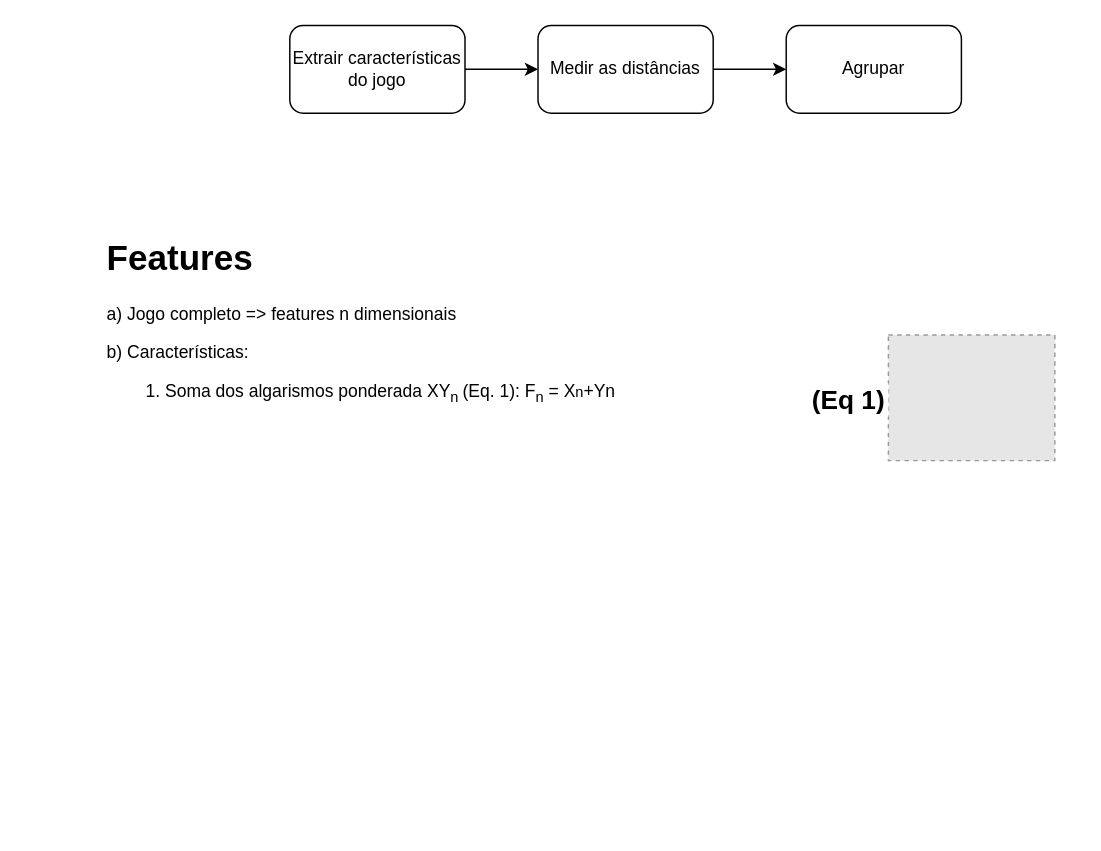
The draw.io diagram Megasena.drawio in nobertomaciel/megasena, before the edit. Source tidied: cells renumbered, new cells numbered last; positions are measured from the earlier drawing's top-left corner, leaving out a move shared by most shapes. Both pictures are drawn from the tidied source at 146%, with x=0, y=0 at pixel (99, 25). Pictures stored in the file or linked from it are replaced by grey dashed boxes.
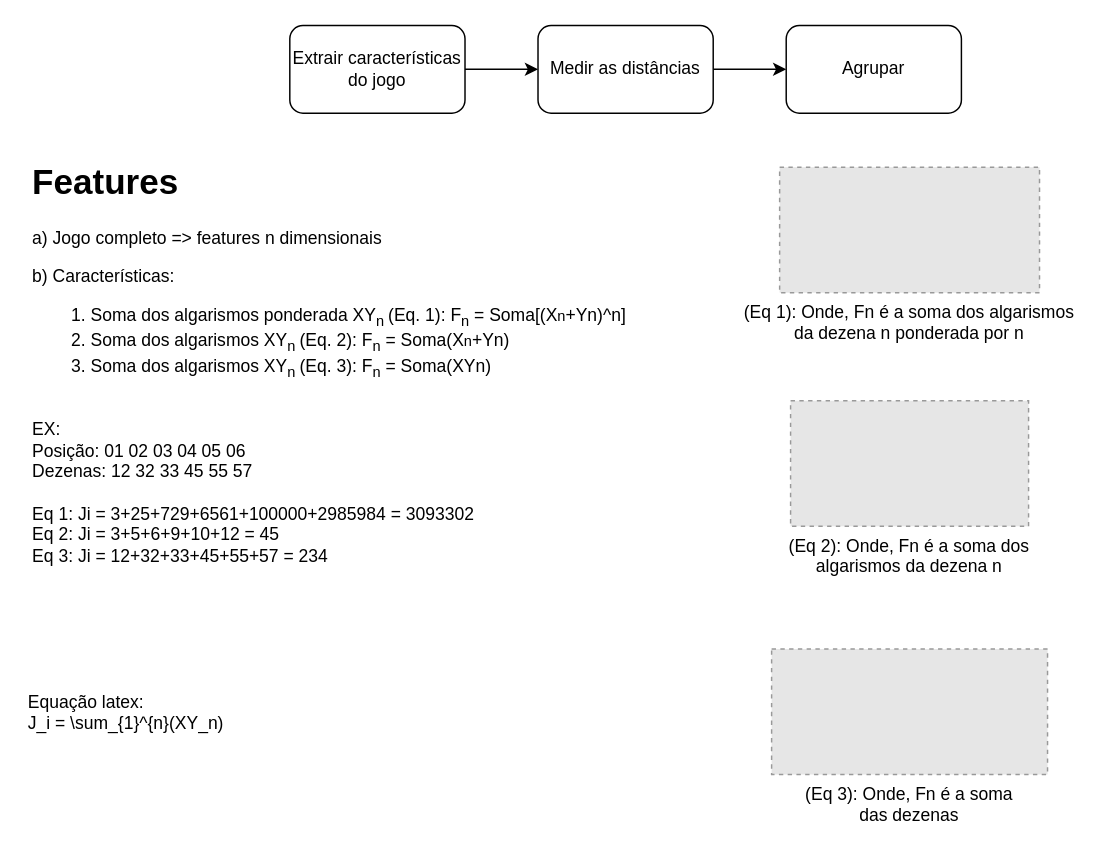
After the change.

What changed in the source:
```diff
@@
 <mxGraphModel>
   <root>
     <mxCell id="0" />
     <mxCell id="1" parent="0" />
     <mxCell id="2" style="edgeStyle=orthogonalEdgeStyle;rounded=0;jettySize=auto;html=1;entryX=0;entryY=0.5;entryDx=0;entryDy=0;" parent="1" edge="1" source="3" target="5">
       <mxGeometry relative="1" as="geometry" />
     </mxCell>
     <mxCell id="3" value="Extrair características do jogo" style="rounded=1;whiteSpace=wrap;html=1;" parent="1" vertex="1">
       <mxGeometry x="130" width="120" height="60" as="geometry" />
     </mxCell>
     <mxCell id="4" style="edgeStyle=orthogonalEdgeStyle;rounded=0;jettySize=auto;html=1;entryX=0;entryY=0.5;entryDx=0;entryDy=0;" parent="1" edge="1" source="5" target="6">
       <mxGeometry relative="1" as="geometry" />
     </mxCell>
     <mxCell id="5" value="Medir as distâncias" style="rounded=1;whiteSpace=wrap;html=1;" parent="1" vertex="1">
       <mxGeometry x="300" width="120" height="60" as="geometry" />
     </mxCell>
     <mxCell id="6" value="Agrupar" style="rounded=1;whiteSpace=wrap;html=1;" parent="1" vertex="1">
       <mxGeometry x="470" width="120" height="60" as="geometry" />
     </mxCell>
-    <mxCell id="7" value="&lt;h1&gt;Features&lt;/h1&gt;&lt;p&gt;a) Jogo completo =&amp;gt; features n dimensionais&lt;/p&gt;&lt;p&gt;b) Características:&lt;/p&gt;&lt;p&gt;&lt;/p&gt;&lt;ol&gt;&lt;li&gt;Soma dos algarismos ponderada XY&lt;sub&gt;n&amp;nbsp;&lt;/sub&gt;(Eq. 1): F&lt;sub&gt;n&lt;/sub&gt; = X&lt;span style=&quot;font-size: 10px;&quot;&gt;n&lt;/span&gt;+Yn&lt;/li&gt;&lt;/ol&gt;&lt;p&gt;&lt;/p&gt;" style="text;html=1;strokeColor=none;fillColor=none;spacing=5;spacingTop=-20;whiteSpace=wrap;overflow=hidden;rounded=0;" parent="1" vertex="1">
-      <mxGeometry y="140" width="410" height="230" as="geometry" />
+    <mxCell id="7" value="&lt;h1&gt;Features&lt;/h1&gt;&lt;p&gt;a) Jogo completo =&amp;gt; features n dimensionais&lt;/p&gt;&lt;p&gt;b) Características:&lt;/p&gt;&lt;p&gt;&lt;/p&gt;&lt;ol&gt;&lt;li&gt;Soma dos algarismos ponderada XY&lt;sub&gt;n&amp;nbsp;&lt;/sub&gt;(Eq. 1): F&lt;sub&gt;n&lt;/sub&gt; = Soma[(X&lt;span style=&quot;font-size: 10px;&quot;&gt;n&lt;/span&gt;+Yn)^n]&lt;/li&gt;&lt;li&gt;Soma dos algarismos XY&lt;sub&gt;n&amp;nbsp;&lt;/sub&gt;(Eq. 2): F&lt;sub&gt;n&lt;/sub&gt;&amp;nbsp;= Soma(X&lt;span style=&quot;font-size: 10px;&quot;&gt;n&lt;/span&gt;+Yn)&lt;/li&gt;&lt;li&gt;Soma dos algarismos XY&lt;sub&gt;n&amp;nbsp;&lt;/sub&gt;(Eq. 3): F&lt;sub&gt;n&lt;/sub&gt;&amp;nbsp;= Soma(XYn)&lt;/li&gt;&lt;/ol&gt;&lt;div&gt;&lt;br&gt;&lt;/div&gt;&lt;div&gt;EX:&lt;/div&gt;&lt;div&gt;&lt;div&gt;Posição: 01 02 03 04 05 06&lt;/div&gt;&lt;div&gt;Dezenas: 12 32 33 45 55 57&lt;/div&gt;&lt;div&gt;&lt;br&gt;&lt;/div&gt;&lt;div&gt;Eq 1: Ji = 3+25+729+6561+100000+2985984 = 3093302&lt;/div&gt;&lt;div&gt;Eq 2: Ji = 3+5+6+9+10+12&lt;span style=&quot;&quot;&gt;  &lt;/span&gt;= 45&lt;/div&gt;&lt;div&gt;Eq 3: Ji = 12+32+33+45+55+57 &lt;span style=&quot;&quot;&gt;  &lt;/span&gt;= 234&lt;/div&gt;&lt;/div&gt;&lt;p&gt;&lt;/p&gt;" style="text;html=1;strokeColor=none;fillColor=none;spacing=5;spacingTop=-20;whiteSpace=wrap;overflow=hidden;rounded=0;" parent="1" vertex="1">
+      <mxGeometry x="-51" y="88" width="430" height="330" as="geometry" />
     </mxCell>
-    <mxCell id="8" value="(Eq 1)" style="fillColor=#E6E6E6;strokeColor=#999999;dashed=1;verticalLabelPosition=middle;labelBackgroundColor=default;verticalAlign=middle;labelPosition=left;align=right;fontStyle=1;fontSize=18;spacingLeft=0;" parent="1" vertex="1">
-      <mxGeometry x="540" y="212" width="114" height="86" as="geometry" />
-    </mxCell>
+    <mxCell id="9" value="(Eq 1): Onde, Fn é a soma dos algarismos &#10;da dezena n ponderada por n" style="fillColor=#E6E6E6;strokeColor=#999999;dashed=1;verticalLabelPosition=bottom;labelBackgroundColor=default;verticalAlign=top;" parent="1" vertex="1">
+      <mxGeometry x="465.5" y="97" width="178" height="86" as="geometry" />
+    </mxCell>
+    <mxCell id="10" value="(Eq 2): Onde, Fn é a soma dos &#10;algarismos da dezena n" style="fillColor=#E6E6E6;strokeColor=#999999;dashed=1;verticalLabelPosition=bottom;labelBackgroundColor=default;verticalAlign=top;" parent="1" vertex="1">
+      <mxGeometry x="473" y="257" width="163" height="86" as="geometry" />
+    </mxCell>
+    <mxCell id="11" value="(Eq 3): Onde, Fn é a soma &#10;das dezenas" style="fillColor=#E6E6E6;strokeColor=#999999;dashed=1;verticalLabelPosition=bottom;labelBackgroundColor=default;verticalAlign=top;" parent="1" vertex="1">
+      <mxGeometry x="460" y="427" width="189" height="86" as="geometry" />
+    </mxCell>
+    <mxCell id="12" value="Equação latex:&lt;br&gt;J_i = \sum_{1}^{n}(XY_n)" style="text;whiteSpace=wrap;html=1;" parent="1" vertex="1">
+      <mxGeometry x="-51" y="450" width="170" height="40" as="geometry" />
+    </mxCell>
   </root>
 </mxGraphModel>
```
